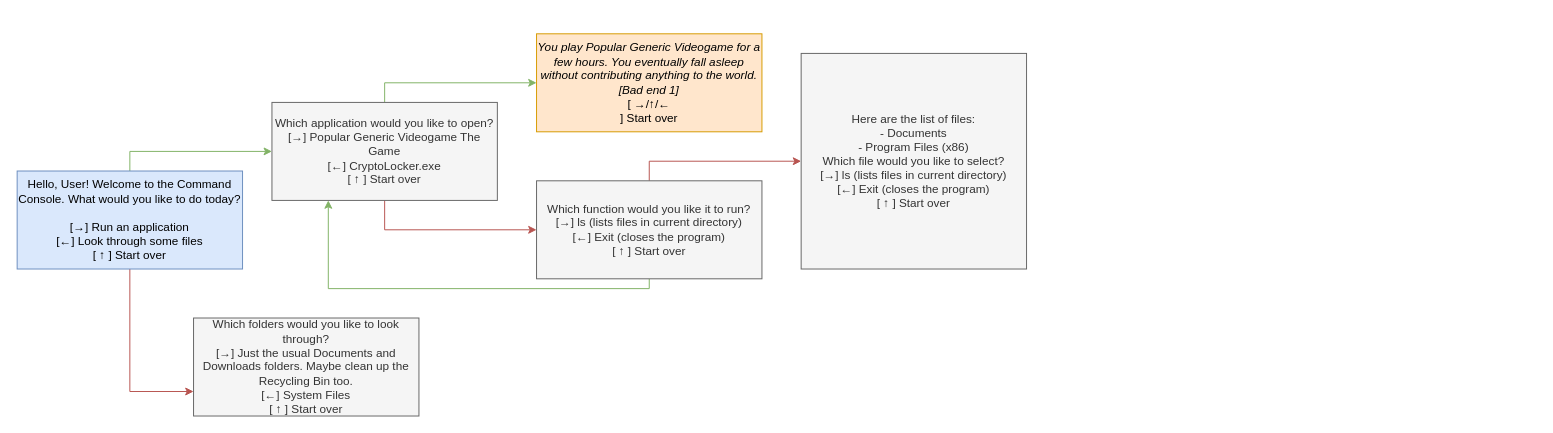
Earlier version of the draw.io diagram Story Diagram.drawio (BlizzardBunny/command-console-the-game). Source tidied: cells renumbered, new cells numbered last; positions are measured from the earlier drawing's top-left corner, leaving out a move shared by most shapes. Both pictures are drawn from the tidied source at 98%, with x=0, y=0 at pixel (17, 33).
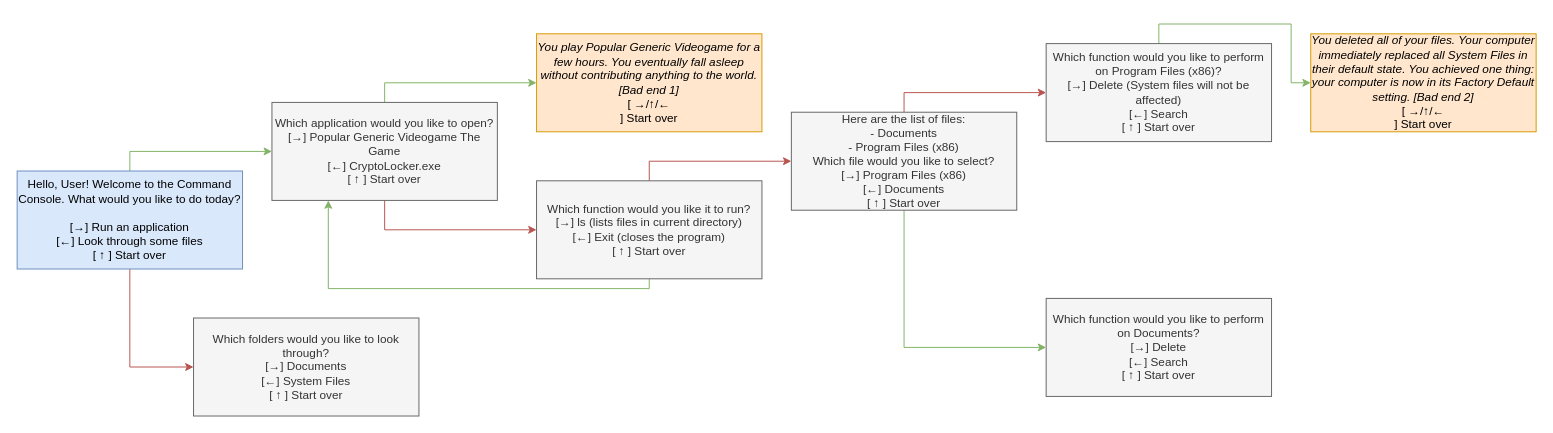
Above is the later version.

Commit message:
bad end 2 added

Unchanged cells that the change refers to:
```xml
<mxCell id="4" value="&lt;div&gt;Hello, User! Welcome to the Command Console. What would you like to do today?&lt;/div&gt;&lt;div&gt;&lt;br&gt;&lt;/div&gt;&lt;div&gt;[→] Run an application&lt;/div&gt;&lt;div&gt;[←] Look through some files&lt;/div&gt;&lt;div&gt;[ ↑ ] Start over&lt;/div&gt;" style="text;html=1;strokeColor=#6c8ebf;fillColor=#dae8fc;align=center;verticalAlign=middle;whiteSpace=wrap;rounded=0;" parent="1" vertex="1">
  <mxGeometry y="140" width="230" height="100" as="geometry" />
</mxCell>
```

Change to the diagram source:
```diff
@@
-    <mxCell id="3" style="edgeStyle=orthogonalEdgeStyle;rounded=0;jettySize=auto;html=1;exitX=0.5;exitY=1;exitDx=0;exitDy=0;entryX=0;entryY=0.75;entryDx=0;entryDy=0;fillColor=#f8cecc;strokeColor=#b85450;" parent="1" edge="1" source="4" target="8">
+    <mxCell id="3" style="edgeStyle=orthogonalEdgeStyle;rounded=0;jettySize=auto;html=1;exitX=0.5;exitY=1;exitDx=0;exitDy=0;entryX=0;entryY=0.5;entryDx=0;entryDy=0;fillColor=#f8cecc;strokeColor=#b85450;" parent="1" edge="1" source="4" target="8">
       <mxGeometry relative="1" as="geometry" />
     </mxCell>
@@
-    <mxCell id="8" value="&lt;div&gt;Which folders would you like to look through?&lt;/div&gt;&lt;div&gt;&lt;span&gt; &lt;/span&gt;[→] Just the usual Documents and Downloads folders. Maybe clean up the Recycling Bin too.&lt;/div&gt;&lt;div&gt;&lt;span&gt; &lt;/span&gt;[←] System Files&lt;/div&gt;&lt;div&gt;&lt;span&gt; &lt;/span&gt;[ ↑ ] Start over&lt;/div&gt;" style="text;html=1;strokeColor=#666666;fillColor=#f5f5f5;align=center;verticalAlign=middle;whiteSpace=wrap;rounded=0;fontColor=#333333;" parent="1" vertex="1">
+    <mxCell id="8" value="&lt;div&gt;Which folders would you like to look through?&lt;/div&gt;&lt;div&gt;&lt;span&gt; &lt;/span&gt;[→] Documents&lt;/div&gt;&lt;div&gt;&lt;span&gt; &lt;/span&gt;[←] System Files&lt;/div&gt;&lt;div&gt;&lt;span&gt; &lt;/span&gt;[ ↑ ] Start over&lt;/div&gt;" style="text;html=1;strokeColor=#666666;fillColor=#f5f5f5;align=center;verticalAlign=middle;whiteSpace=wrap;rounded=0;fontColor=#333333;" parent="1" vertex="1">
       <mxGeometry x="180" y="290" width="230" height="100" as="geometry" />
     </mxCell>
@@
+    <mxCell id="14" style="edgeStyle=orthogonalEdgeStyle;rounded=0;jettySize=auto;html=1;exitX=0.5;exitY=0;exitDx=0;exitDy=0;entryX=0;entryY=0.5;entryDx=0;entryDy=0;fillColor=#f8cecc;strokeColor=#b85450;" parent="1" edge="1" source="13" target="17">
+      <mxGeometry relative="1" as="geometry" />
+    </mxCell>
+    <mxCell id="15" style="edgeStyle=orthogonalEdgeStyle;rounded=0;jettySize=auto;html=1;exitX=0.5;exitY=1;exitDx=0;exitDy=0;entryX=0;entryY=0.5;entryDx=0;entryDy=0;fillColor=#d5e8d4;strokeColor=#82b366;" parent="1" edge="1" source="13" target="18">
+      <mxGeometry relative="1" as="geometry" />
+    </mxCell>
-    <mxCell id="13" value="&lt;div&gt;Here are the list of files:&lt;/div&gt;&lt;div&gt;- Documents&lt;/div&gt;&lt;div&gt;- Program Files (x86)&lt;br&gt;Which file would you like to select?&lt;/div&gt;&lt;div&gt;&lt;span&gt; &lt;/span&gt;[→] ls (lists files in current directory)&lt;/div&gt;&lt;div&gt;&lt;span&gt; &lt;/span&gt;[←] Exit (closes the program)&lt;/div&gt;&lt;div&gt;&lt;span&gt; &lt;/span&gt;[ ↑ ] Start over&lt;/div&gt;" style="text;html=1;strokeColor=#666666;fillColor=#f5f5f5;align=center;verticalAlign=middle;whiteSpace=wrap;rounded=0;fontColor=#333333;" parent="1" vertex="1">
-      <mxGeometry x="800" y="20" width="230" height="220" as="geometry" />
+    <mxCell id="13" value="&lt;div&gt;Here are the list of files:&lt;/div&gt;&lt;div&gt;- Documents&lt;/div&gt;&lt;div&gt;- Program Files (x86)&lt;br&gt;Which file would you like to select?&lt;/div&gt;&lt;div&gt;&lt;span&gt; &lt;/span&gt;[→] Program Files (x86)&lt;/div&gt;&lt;div&gt;&lt;span&gt; &lt;/span&gt;[←] Documents&lt;/div&gt;&lt;div&gt;&lt;span&gt; &lt;/span&gt;[ ↑ ] Start over&lt;/div&gt;" style="text;html=1;strokeColor=#666666;fillColor=#f5f5f5;align=center;verticalAlign=middle;whiteSpace=wrap;rounded=0;fontColor=#333333;" parent="1" vertex="1">
+      <mxGeometry x="790" y="80" width="230" height="100" as="geometry" />
     </mxCell>
+    <mxCell id="16" style="edgeStyle=orthogonalEdgeStyle;rounded=0;jettySize=auto;html=1;exitX=0.5;exitY=0;exitDx=0;exitDy=0;fillColor=#d5e8d4;strokeColor=#82b366;" parent="1" edge="1" source="17" target="19">
+      <mxGeometry relative="1" as="geometry" />
+    </mxCell>
+    <mxCell id="17" value="&lt;div&gt;Which function would you like to perform on Program Files (x86)?&lt;/div&gt;&lt;div&gt;&lt;span&gt; &lt;/span&gt;[→] Delete (System files will not be affected)&lt;/div&gt;&lt;div&gt;&lt;span&gt; &lt;/span&gt;[←] Search&lt;/div&gt;&lt;div&gt;&lt;span&gt; &lt;/span&gt;[ ↑ ] Start over&lt;/div&gt;" style="text;html=1;strokeColor=#666666;fillColor=#f5f5f5;align=center;verticalAlign=middle;whiteSpace=wrap;rounded=0;fontColor=#333333;" parent="1" vertex="1">
+      <mxGeometry x="1050" y="10" width="230" height="100" as="geometry" />
+    </mxCell>
+    <mxCell id="18" value="&lt;div&gt;Which function would you like to perform on Documents?&lt;/div&gt;&lt;div&gt;&lt;span&gt; &lt;/span&gt;[→] Delete&lt;/div&gt;&lt;div&gt;&lt;span&gt; &lt;/span&gt;[←] Search&lt;/div&gt;&lt;div&gt;&lt;span&gt; &lt;/span&gt;[ ↑ ] Start over&lt;/div&gt;" style="text;html=1;strokeColor=#666666;fillColor=#f5f5f5;align=center;verticalAlign=middle;whiteSpace=wrap;rounded=0;fontColor=#333333;" parent="1" vertex="1">
+      <mxGeometry x="1050" y="270" width="230" height="100" as="geometry" />
+    </mxCell>
+    <mxCell id="19" value="&lt;i&gt;You deleted all of your files. Your computer immediately replaced all System Files in their default state. You achieved one thing: your computer is now in its Factory Default setting. [Bad end 2]&lt;br&gt;&lt;/i&gt;[ →/↑/←&lt;br&gt;] Start over&lt;i&gt;&lt;br&gt;&lt;/i&gt;" style="text;html=1;strokeColor=#d79b00;fillColor=#ffe6cc;align=center;verticalAlign=middle;whiteSpace=wrap;rounded=0;" parent="1" vertex="1">
+      <mxGeometry x="1320" width="230" height="100" as="geometry" />
+    </mxCell>
```
